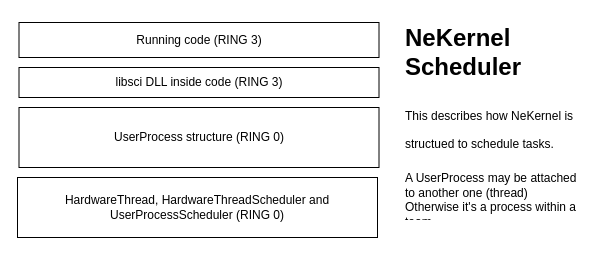
Before: docs/drawio/SOFT_SCHED_DESIGN.drawio in nekernel-org/nekernel, a draw.io diagram. Source tidied: cells renumbered, new cells numbered last; positions are measured from the earlier drawing's top-left corner, leaving out a move shared by most shapes. Both pictures are drawn from the tidied source at 100%, with x=0, y=0 at pixel (17, 17).
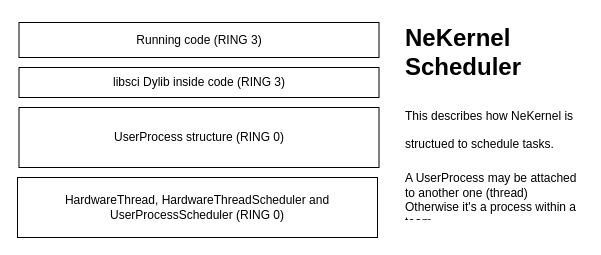
The same page after the edit.

Diff of the diagram source:
```diff
@@
 <mxGraphModel>
   <root>
     <mxCell id="0" />
     <mxCell id="1" parent="0" />
-    <mxCell id="2" value="libsci DLL inside code (RING 3)" style="rounded=0;whiteSpace=wrap;html=1;" parent="1" vertex="1">
+    <mxCell id="2" value="libsci Dylib inside code (RING 3)" style="rounded=0;whiteSpace=wrap;html=1;" parent="1" vertex="1">
       <mxGeometry x="1.5" y="50" width="360" height="30" as="geometry" />
     </mxCell>
     <mxCell id="3" value="Running code (RING 3)" style="rounded=0;whiteSpace=wrap;html=1;" parent="1" vertex="1">
       <mxGeometry x="1.5" y="5" width="360" height="35" as="geometry" />
     </mxCell>
     <mxCell id="4" value="&lt;h1 style=&quot;margin-top: 0px;&quot;&gt;&lt;span style=&quot;background-color: initial;&quot;&gt;NeKernel Scheduler&lt;/span&gt;&lt;/h1&gt;&lt;h1 style=&quot;margin-top: 0px;&quot;&gt;&lt;span style=&quot;font-size: 12px; font-weight: 400; background-color: initial;&quot;&gt;This describes how NeKernel is structued to schedule tasks.&lt;/span&gt;&lt;br&gt;&lt;/h1&gt;&lt;div&gt;A UserProcess may be attached to another one (thread)&lt;/div&gt;&lt;div&gt;Otherwise it's a process within a team.&lt;/div&gt;" style="text;html=1;whiteSpace=wrap;overflow=hidden;rounded=0;" parent="1" vertex="1">
       <mxGeometry x="386" width="180" height="200" as="geometry" />
     </mxCell>
     <mxCell id="5" value="UserProcess structure (RING 0)" style="rounded=0;whiteSpace=wrap;html=1;" parent="1" vertex="1">
       <mxGeometry x="1.5" y="90" width="360" height="60" as="geometry" />
     </mxCell>
     <mxCell id="6" value="HardwareThread, HardwareThreadScheduler and UserProcessScheduler (RING 0)" style="rounded=0;whiteSpace=wrap;html=1;" parent="1" vertex="1">
       <mxGeometry y="160" width="360" height="60" as="geometry" />
     </mxCell>
   </root>
 </mxGraphModel>
```
